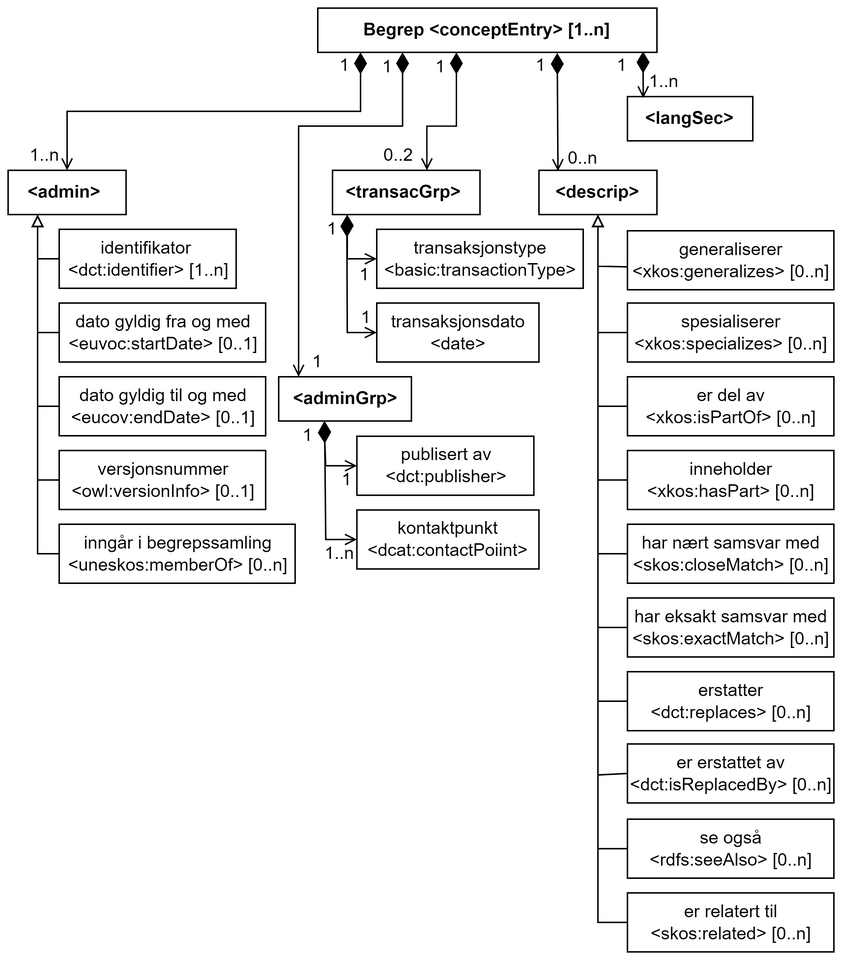
The draw.io diagram docs/images/TBX-AP-NO_conceptEntry.png in Informasjonsforvaltning/tbx-ap-no, before a commit. Source tidied: cells renumbered, new cells last; positions are measured from the earlier drawing's top-left corner, leaving out a move shared by most shapes.
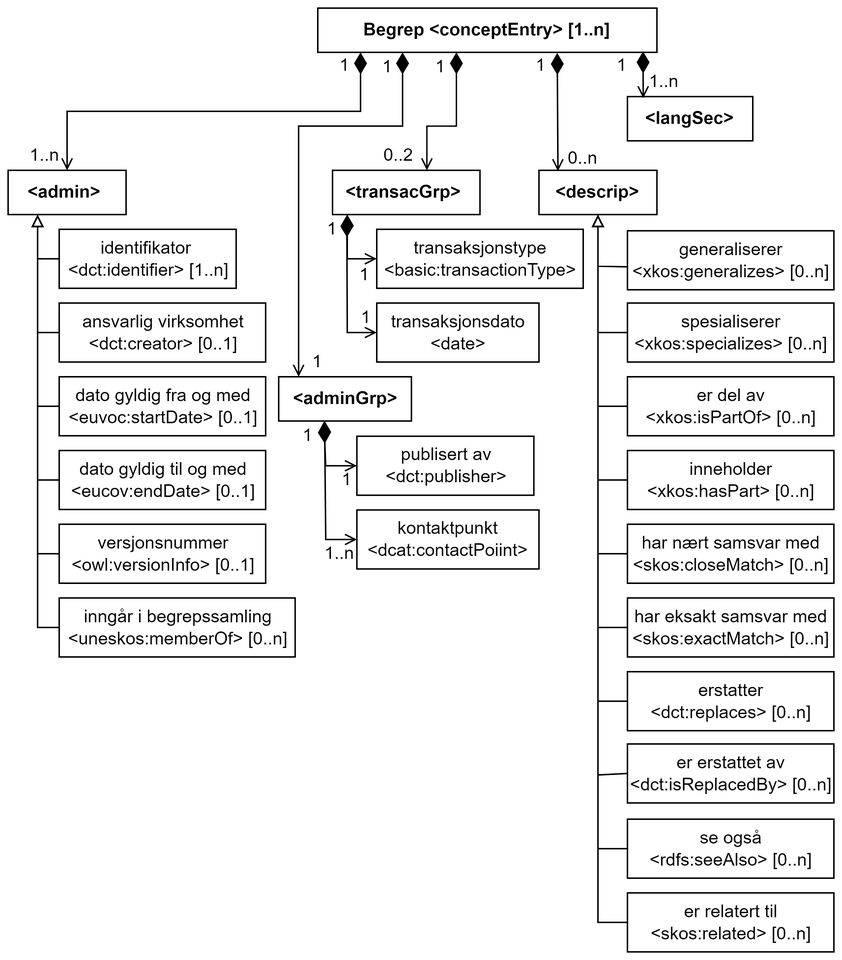
After the commit.

The edit, as a diff of the source:
```diff
@@ -76,39 +76,39 @@
       </mxGeometry>
     </mxCell>
     <mxCell id="19" value="&lt;span style=&quot;text-align: left;&quot;&gt;dato gyldig fra og med&lt;br&gt;&amp;lt;euvoc:startDate&amp;gt; [0..1]&lt;/span&gt;" style="html=1;" parent="1" vertex="1">
-      <mxGeometry x="34.6" y="200" width="140" height="40" as="geometry" />
+      <mxGeometry x="34.6" y="250" width="140" height="40" as="geometry" />
     </mxCell>
     <mxCell id="20" value="&lt;span style=&quot;text-align: left;&quot;&gt;dato gyldig til og med&lt;br&gt;&amp;lt;eucov:endDate&amp;gt; [0..1]&lt;/span&gt;" style="html=1;" parent="1" vertex="1">
-      <mxGeometry x="34.6" y="250" width="140" height="40" as="geometry" />
+      <mxGeometry x="34.6" y="300" width="140" height="40" as="geometry" />
     </mxCell>
     <mxCell id="21" value="&lt;span style=&quot;text-align: left;&quot;&gt;versjonsnummer&lt;br&gt;&amp;lt;owl:versionInfo&amp;gt; [0..1]&lt;/span&gt;" style="html=1;" parent="1" vertex="1">
-      <mxGeometry x="34.6" y="300" width="140" height="40" as="geometry" />
+      <mxGeometry x="34.6" y="350" width="140" height="40" as="geometry" />
     </mxCell>
     <mxCell id="22" value="&lt;span style=&quot;text-align: left;&quot;&gt;inngår i begrepssamling&lt;br&gt;&amp;lt;uneskos:memberOf&amp;gt; [0..n]&lt;/span&gt;" style="html=1;" parent="1" vertex="1">
-      <mxGeometry x="34.6" y="350" width="160" height="40" as="geometry" />
+      <mxGeometry x="34.6" y="400" width="160" height="40" as="geometry" />
     </mxCell>
-    <mxCell id="23" style="endArrow=block;html=1;rounded=0;endSize=6;exitX=0;exitY=0.5;exitDx=0;exitDy=0;endFill=0;entryX=0.25;entryY=1;entryDx=0;entryDy=0;" parent="1" edge="1" source="19" target="3">
+    <mxCell id="23" style="endArrow=block;html=1;rounded=0;endSize=6;exitX=0;exitY=0.5;exitDx=0;exitDy=0;endFill=0;entryX=0.25;entryY=1;entryDx=0;entryDy=0;" parent="1" edge="1" source="67" target="3">
       <mxGeometry relative="1" as="geometry">
         <Array as="points">
           <mxPoint x="20" y="220" />
         </Array>
       </mxGeometry>
     </mxCell>
-    <mxCell id="24" style="endArrow=block;html=1;rounded=0;endSize=6;exitX=0;exitY=0.5;exitDx=0;exitDy=0;endFill=0;entryX=0.25;entryY=1;entryDx=0;entryDy=0;" parent="1" edge="1" source="20" target="3">
+    <mxCell id="24" style="endArrow=block;html=1;rounded=0;endSize=6;exitX=0;exitY=0.5;exitDx=0;exitDy=0;endFill=0;entryX=0.25;entryY=1;entryDx=0;entryDy=0;" parent="1" edge="1" source="19" target="3">
       <mxGeometry relative="1" as="geometry">
         <Array as="points">
           <mxPoint x="20" y="270" />
         </Array>
       </mxGeometry>
     </mxCell>
-    <mxCell id="25" style="endArrow=block;html=1;rounded=0;endSize=6;exitX=0;exitY=0.5;exitDx=0;exitDy=0;endFill=0;entryX=0.25;entryY=1;entryDx=0;entryDy=0;" parent="1" edge="1" source="21" target="3">
+    <mxCell id="25" style="endArrow=block;html=1;rounded=0;endSize=6;exitX=0;exitY=0.5;exitDx=0;exitDy=0;endFill=0;entryX=0.25;entryY=1;entryDx=0;entryDy=0;" parent="1" edge="1" source="20" target="3">
       <mxGeometry relative="1" as="geometry">
         <Array as="points">
           <mxPoint x="20" y="320" />
         </Array>
       </mxGeometry>
     </mxCell>
-    <mxCell id="26" style="endArrow=block;html=1;rounded=0;endSize=6;exitX=0;exitY=0.5;exitDx=0;exitDy=0;endFill=0;entryX=0.25;entryY=1;entryDx=0;entryDy=0;" parent="1" edge="1" source="22" target="3">
+    <mxCell id="26" style="endArrow=block;html=1;rounded=0;endSize=6;exitX=0;exitY=0.5;exitDx=0;exitDy=0;endFill=0;entryX=0.25;entryY=1;entryDx=0;entryDy=0;" parent="1" edge="1" source="21" target="3">
       <mxGeometry relative="1" as="geometry">
         <Array as="points">
           <mxPoint x="20" y="370" />
@@ -302,5 +302,16 @@
     <mxCell id="66" value="1" style="text;html=1;strokeColor=none;fillColor=none;align=center;verticalAlign=middle;whiteSpace=wrap;rounded=0;" parent="1" vertex="1">
       <mxGeometry x="410" y="29" width="13" height="20" as="geometry" />
     </mxCell>
+    <mxCell id="67" value="&lt;span style=&quot;text-align: left;&quot;&gt;ansvarlig virksomhet&lt;br&gt;&amp;lt;dct:creator&amp;gt; [0..1]&lt;/span&gt;" style="html=1;" parent="1" vertex="1">
+      <mxGeometry x="34.6" y="200" width="140" height="40" as="geometry" />
+    </mxCell>
+    <mxCell id="68" style="endArrow=block;html=1;rounded=0;endSize=6;exitX=0;exitY=0.5;exitDx=0;exitDy=0;endFill=0;" parent="1" edge="1" source="22">
+      <mxGeometry relative="1" as="geometry">
+        <mxPoint x="20" y="140" as="targetPoint" />
+        <Array as="points">
+          <mxPoint x="20" y="420" />
+        </Array>
+      </mxGeometry>
+    </mxCell>
   </root>
 </mxGraphModel>
```
